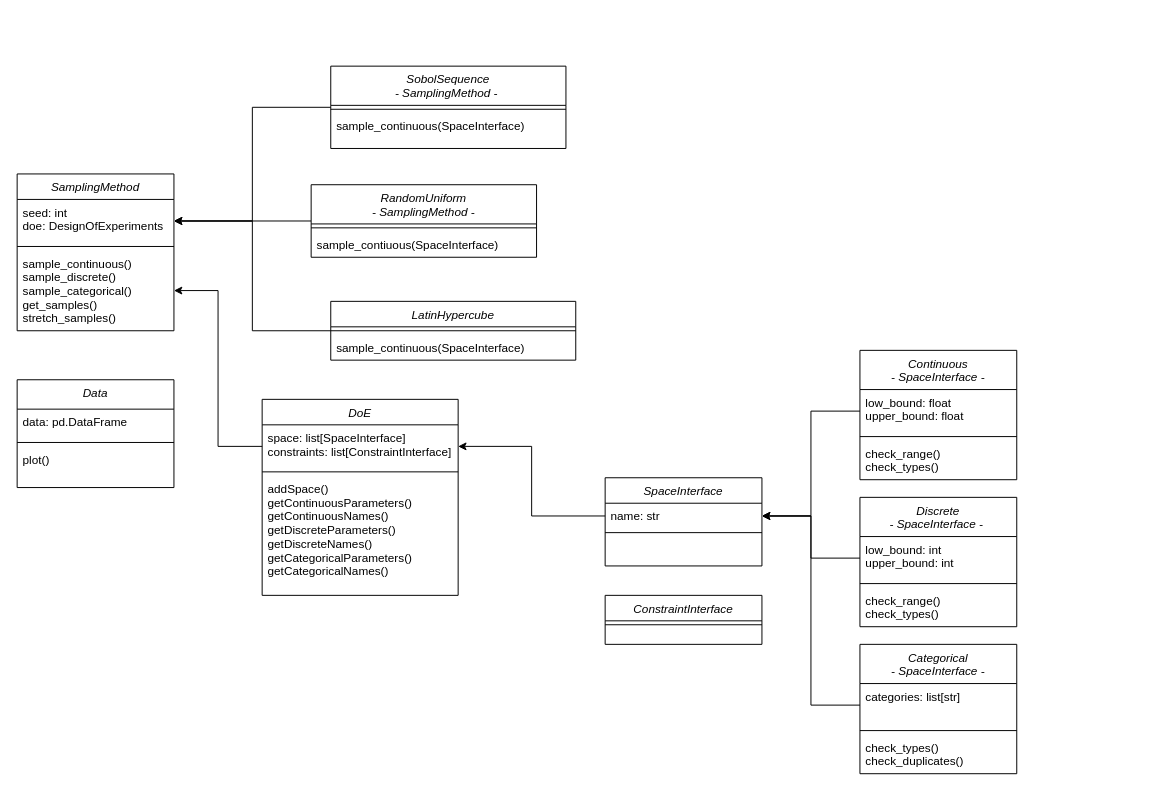
Before: docs/uml/UML_overview.drawio in bessagroup/f3dasm, a draw.io diagram. Source tidied: cells renumbered, new cells numbered last; positions are measured from the earlier drawing's top-left corner, leaving out a move shared by most shapes. Both pictures are drawn from the tidied source at 98%, with x=0, y=0 at pixel (17, 66).
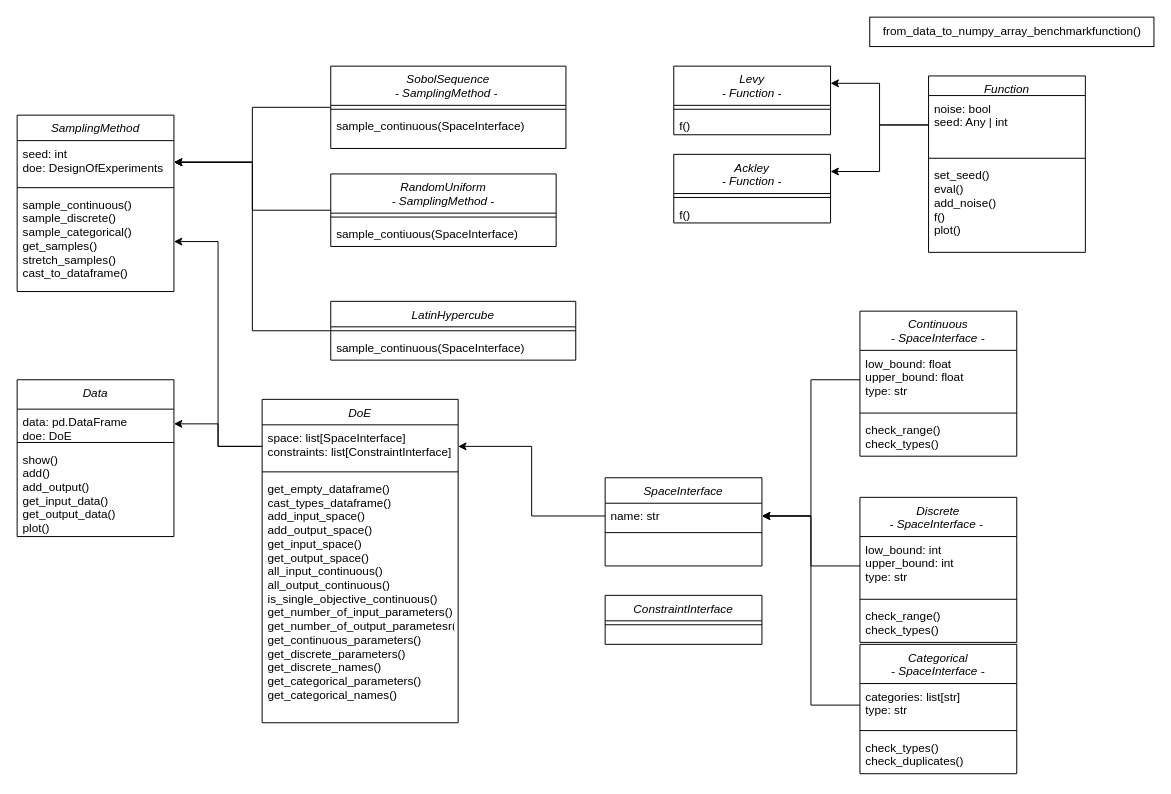
The same diagram, later.

The change refers to these unchanged cells:
```xml
<mxCell id="29" value="Categorical&#10;- SpaceInterface -" style="swimlane;fontStyle=2;align=center;verticalAlign=top;horizontal=1;startSize=40;rounded=0;shadow=0;strokeWidth=1;" parent="1" vertex="1">
  <mxGeometry x="860" y="590" width="160" height="132" as="geometry" />
</mxCell>
<mxCell id="39" value="space: list[SpaceInterface]&#10;constraints: list[ConstraintInterface]" style="text;align=left;verticalAlign=top;spacingLeft=4;spacingRight=4;overflow=hidden;points=[[0,0.5],[1,0.5]];portConstraint=eastwest;rounded=0;shadow=0;html=0;" parent="38" vertex="1">
  <mxGeometry y="26" width="200" height="44" as="geometry" />
</mxCell>
```

The edit, as a diff of the source:
```diff
@@
     <mxCell id="2" value="SamplingMethod" style="swimlane;fontStyle=2;align=center;verticalAlign=top;horizontal=1;startSize=26;rounded=0;shadow=0;strokeWidth=1;" parent="1" vertex="1">
-      <mxGeometry y="110" width="160" height="160" as="geometry" />
+      <mxGeometry y="50" width="160" height="180" as="geometry" />
     </mxCell>
@@
-    <mxCell id="5" value="sample_continuous()&#10;sample_discrete()&#10;sample_categorical()&#10;get_samples()&#10;stretch_samples()" style="text;align=left;verticalAlign=top;spacingLeft=4;spacingRight=4;overflow=hidden;points=[[0,0.5],[1,0.5]];portConstraint=eastwest;" parent="2" vertex="1">
-      <mxGeometry y="78" width="160" height="82" as="geometry" />
+    <mxCell id="5" value="sample_continuous()&#10;sample_discrete()&#10;sample_categorical()&#10;get_samples()&#10;stretch_samples()&#10;cast_to_dataframe()" style="text;align=left;verticalAlign=top;spacingLeft=4;spacingRight=4;overflow=hidden;points=[[0,0.5],[1,0.5]];portConstraint=eastwest;" parent="2" vertex="1">
+      <mxGeometry y="78" width="160" height="102" as="geometry" />
     </mxCell>
@@
     <mxCell id="11" value="RandomUniform&#10;- SamplingMethod -" style="swimlane;fontStyle=2;align=center;verticalAlign=top;horizontal=1;startSize=40;rounded=0;shadow=0;strokeWidth=1;" parent="1" vertex="1">
-      <mxGeometry x="300" y="121" width="230" height="74" as="geometry" />
+      <mxGeometry x="320" y="110" width="230" height="74" as="geometry" />
     </mxCell>
@@
     <mxCell id="21" value="Continuous&#10;- SpaceInterface -" style="swimlane;fontStyle=2;align=center;verticalAlign=top;horizontal=1;startSize=40;rounded=0;shadow=0;strokeWidth=1;" parent="1" vertex="1">
-      <mxGeometry x="860" y="290" width="160" height="132" as="geometry" />
+      <mxGeometry x="860" y="250" width="160" height="148" as="geometry" />
     </mxCell>
-    <mxCell id="22" value="low_bound: float&#10;upper_bound: float" style="text;align=left;verticalAlign=top;spacingLeft=4;spacingRight=4;overflow=hidden;points=[[0,0.5],[1,0.5]];portConstraint=eastwest;rounded=0;shadow=0;html=0;" parent="21" vertex="1">
-      <mxGeometry y="40" width="160" height="44" as="geometry" />
+    <mxCell id="22" value="low_bound: float&#10;upper_bound: float&#10;type: str" style="text;align=left;verticalAlign=top;spacingLeft=4;spacingRight=4;overflow=hidden;points=[[0,0.5],[1,0.5]];portConstraint=eastwest;rounded=0;shadow=0;html=0;" parent="21" vertex="1">
+      <mxGeometry y="40" width="160" height="60" as="geometry" />
     </mxCell>
     <mxCell id="23" style="line;html=1;strokeWidth=1;align=left;verticalAlign=middle;spacingTop=-1;spacingLeft=3;spacingRight=3;labelPosition=right;" parent="21" vertex="1">
-      <mxGeometry y="84" width="160" height="8" as="geometry" />
+      <mxGeometry y="100" width="160" height="8" as="geometry" />
     </mxCell>
     <mxCell id="24" value="check_range()&#10;check_types()&#10;" style="text;align=left;verticalAlign=top;spacingLeft=4;spacingRight=4;overflow=hidden;" parent="21" vertex="1">
-      <mxGeometry y="92" width="160" height="40" as="geometry" />
+      <mxGeometry y="108" width="160" height="40" as="geometry" />
     </mxCell>
     <mxCell id="25" value="Discrete&#10;- SpaceInterface - " style="swimlane;fontStyle=2;align=center;verticalAlign=top;horizontal=1;startSize=40;rounded=0;shadow=0;strokeWidth=1;" parent="1" vertex="1">
-      <mxGeometry x="860" y="440" width="160" height="132" as="geometry" />
+      <mxGeometry x="860" y="440" width="160" height="148" as="geometry" />
     </mxCell>
-    <mxCell id="26" value="low_bound: int&#10;upper_bound: int" style="text;align=left;verticalAlign=top;spacingLeft=4;spacingRight=4;overflow=hidden;points=[[0,0.5],[1,0.5]];portConstraint=eastwest;rounded=0;shadow=0;html=0;" parent="25" vertex="1">
-      <mxGeometry y="40" width="160" height="44" as="geometry" />
+    <mxCell id="26" value="low_bound: int&#10;upper_bound: int&#10;type: str" style="text;align=left;verticalAlign=top;spacingLeft=4;spacingRight=4;overflow=hidden;points=[[0,0.5],[1,0.5]];portConstraint=eastwest;rounded=0;shadow=0;html=0;" parent="25" vertex="1">
+      <mxGeometry y="40" width="160" height="60" as="geometry" />
     </mxCell>
     <mxCell id="27" style="line;html=1;strokeWidth=1;align=left;verticalAlign=middle;spacingTop=-1;spacingLeft=3;spacingRight=3;labelPosition=right;" parent="25" vertex="1">
-      <mxGeometry y="84" width="160" height="8" as="geometry" />
+      <mxGeometry y="100" width="160" height="8" as="geometry" />
     </mxCell>
     <mxCell id="28" value="check_range()&#10;check_types()&#10;" style="text;align=left;verticalAlign=top;spacingLeft=4;spacingRight=4;overflow=hidden;" parent="25" vertex="1">
-      <mxGeometry y="92" width="160" height="40" as="geometry" />
+      <mxGeometry y="108" width="160" height="40" as="geometry" />
     </mxCell>
@@
-    <mxCell id="30" value="categories: list[str]" style="text;align=left;verticalAlign=top;spacingLeft=4;spacingRight=4;overflow=hidden;points=[[0,0.5],[1,0.5]];portConstraint=eastwest;rounded=0;shadow=0;html=0;" parent="29" vertex="1">
+    <mxCell id="30" value="categories: list[str]&#10;type: str" style="text;align=left;verticalAlign=top;spacingLeft=4;spacingRight=4;overflow=hidden;points=[[0,0.5],[1,0.5]];portConstraint=eastwest;rounded=0;shadow=0;html=0;" parent="29" vertex="1">
       <mxGeometry y="40" width="160" height="44" as="geometry" />
     </mxCell>
@@
     <mxCell id="38" value="DoE" style="swimlane;fontStyle=2;align=center;verticalAlign=top;horizontal=1;startSize=26;rounded=0;shadow=0;strokeWidth=1;" parent="1" vertex="1">
-      <mxGeometry x="250" y="340" width="200" height="200" as="geometry" />
+      <mxGeometry x="250" y="340" width="200" height="330" as="geometry" />
     </mxCell>
@@
-    <mxCell id="41" value="addSpace()&#10;getContinuousParameters()&#10;getContinuousNames()&#10;getDiscreteParameters()&#10;getDiscreteNames()&#10;getCategoricalParameters()&#10;getCategoricalNames()" style="text;align=left;verticalAlign=top;spacingLeft=4;spacingRight=4;overflow=hidden;" parent="38" vertex="1">
-      <mxGeometry y="78" width="200" height="122" as="geometry" />
+    <mxCell id="41" value="get_empty_dataframe()&#10;cast_types_dataframe()&#10;add_input_space()&#10;add_output_space()&#10;get_input_space()&#10;get_output_space()&#10;all_input_continuous()&#10;all_output_continuous()&#10;is_single_objective_continuous()&#10;get_number_of_input_parameters()&#10;get_number_of_output_parametesr()&#10;get_continuous_parameters()&#10;get_discrete_parameters()&#10;get_discrete_names()&#10;get_categorical_parameters()&#10;get_categorical_names()&#10;" style="text;align=left;verticalAlign=top;spacingLeft=4;spacingRight=4;overflow=hidden;" parent="38" vertex="1">
+      <mxGeometry y="78" width="200" height="252" as="geometry" />
     </mxCell>
@@
     <mxCell id="44" value="Data" style="swimlane;fontStyle=2;align=center;verticalAlign=top;horizontal=1;startSize=30;rounded=0;shadow=0;strokeWidth=1;" parent="1" vertex="1">
-      <mxGeometry y="320" width="160" height="110" as="geometry" />
+      <mxGeometry y="320" width="160" height="160" as="geometry" />
     </mxCell>
-    <mxCell id="45" value="data: pd.DataFrame" style="text;align=left;verticalAlign=top;spacingLeft=4;spacingRight=4;overflow=hidden;points=[[0,0.5],[1,0.5]];portConstraint=eastwest;rounded=0;shadow=0;html=0;" parent="44" vertex="1">
+    <mxCell id="45" value="data: pd.DataFrame&#10;doe: DoE" style="text;align=left;verticalAlign=top;spacingLeft=4;spacingRight=4;overflow=hidden;points=[[0,0.5],[1,0.5]];portConstraint=eastwest;rounded=0;shadow=0;html=0;" parent="44" vertex="1">
       <mxGeometry y="30" width="160" height="30" as="geometry" />
     </mxCell>
@@
-    <mxCell id="47" value="plot()" style="text;align=left;verticalAlign=top;spacingLeft=4;spacingRight=4;overflow=hidden;" parent="44" vertex="1">
-      <mxGeometry y="68" width="160" height="28" as="geometry" />
+    <mxCell id="47" value="show()&#10;add()&#10;add_output()&#10;get_input_data()&#10;get_output_data()&#10;plot()" style="text;align=left;verticalAlign=top;spacingLeft=4;spacingRight=4;overflow=hidden;" parent="44" vertex="1">
+      <mxGeometry y="68" width="160" height="92" as="geometry" />
     </mxCell>
+    <mxCell id="48" style="edgeStyle=orthogonalEdgeStyle;rounded=0;jettySize=auto;html=1;exitX=0;exitY=0.5;exitDx=0;exitDy=0;" parent="1" edge="1" source="39" target="45">
+      <mxGeometry relative="1" as="geometry" />
+    </mxCell>
+    <mxCell id="49" value="Function" style="swimlane;fontStyle=2;align=center;verticalAlign=top;horizontal=1;startSize=20;rounded=0;shadow=0;strokeWidth=1;" parent="1" vertex="1">
+      <mxGeometry x="930" y="10" width="160" height="180" as="geometry" />
+    </mxCell>
+    <mxCell id="50" value="noise: bool&#10;seed: Any | int" style="text;align=left;verticalAlign=top;spacingLeft=4;spacingRight=4;overflow=hidden;points=[[0,0.5],[1,0.5]];portConstraint=eastwest;rounded=0;shadow=0;html=0;" parent="49" vertex="1">
+      <mxGeometry y="20" width="160" height="60" as="geometry" />
+    </mxCell>
+    <mxCell id="51" style="line;html=1;strokeWidth=1;align=left;verticalAlign=middle;spacingTop=-1;spacingLeft=3;spacingRight=3;labelPosition=right;" parent="49" vertex="1">
+      <mxGeometry y="80" width="160" height="8" as="geometry" />
+    </mxCell>
+    <mxCell id="52" value="set_seed()&#10;eval()&#10;add_noise()&#10;f()&#10;plot()" style="text;align=left;verticalAlign=top;spacingLeft=4;spacingRight=4;overflow=hidden;" parent="49" vertex="1">
+      <mxGeometry y="88" width="160" height="92" as="geometry" />
+    </mxCell>
+    <mxCell id="53" value="Levy&#10;- Function -" style="swimlane;fontStyle=2;align=center;verticalAlign=top;horizontal=1;startSize=40;rounded=0;shadow=0;strokeWidth=1;" parent="1" vertex="1">
+      <mxGeometry x="670" width="160" height="70" as="geometry" />
+    </mxCell>
+    <mxCell id="54" style="line;html=1;strokeWidth=1;align=left;verticalAlign=middle;spacingTop=-1;spacingLeft=3;spacingRight=3;labelPosition=right;" parent="53" vertex="1">
+      <mxGeometry y="40" width="160" height="8" as="geometry" />
+    </mxCell>
+    <mxCell id="55" value="f()" style="text;align=left;verticalAlign=top;spacingLeft=4;spacingRight=4;overflow=hidden;" parent="53" vertex="1">
+      <mxGeometry y="48" width="160" height="22" as="geometry" />
+    </mxCell>
+    <mxCell id="56" style="edgeStyle=orthogonalEdgeStyle;rounded=0;jettySize=auto;html=1;exitX=0;exitY=0.5;exitDx=0;exitDy=0;entryX=1;entryY=0.25;entryDx=0;entryDy=0;" parent="1" edge="1" source="50" target="53">
+      <mxGeometry relative="1" as="geometry" />
+    </mxCell>
+    <mxCell id="57" value="from_data_to_numpy_array_benchmarkfunction()" style="html=1;" parent="1" vertex="1">
+      <mxGeometry x="870" y="-50" width="290" height="30" as="geometry" />
+    </mxCell>
+    <mxCell id="58" value="Ackley&#10;- Function -" style="swimlane;fontStyle=2;align=center;verticalAlign=top;horizontal=1;startSize=40;rounded=0;shadow=0;strokeWidth=1;" parent="1" vertex="1">
+      <mxGeometry x="670" y="90" width="160" height="70" as="geometry" />
+    </mxCell>
+    <mxCell id="59" style="line;html=1;strokeWidth=1;align=left;verticalAlign=middle;spacingTop=-1;spacingLeft=3;spacingRight=3;labelPosition=right;" parent="58" vertex="1">
+      <mxGeometry y="40" width="160" height="8" as="geometry" />
+    </mxCell>
+    <mxCell id="60" value="f()" style="text;align=left;verticalAlign=top;spacingLeft=4;spacingRight=4;overflow=hidden;" parent="58" vertex="1">
+      <mxGeometry y="48" width="160" height="22" as="geometry" />
+    </mxCell>
+    <mxCell id="61" style="edgeStyle=orthogonalEdgeStyle;rounded=0;jettySize=auto;html=1;exitX=0;exitY=0.5;exitDx=0;exitDy=0;entryX=1;entryY=0.25;entryDx=0;entryDy=0;" parent="1" edge="1" source="50" target="58">
+      <mxGeometry relative="1" as="geometry" />
+    </mxCell>
```
